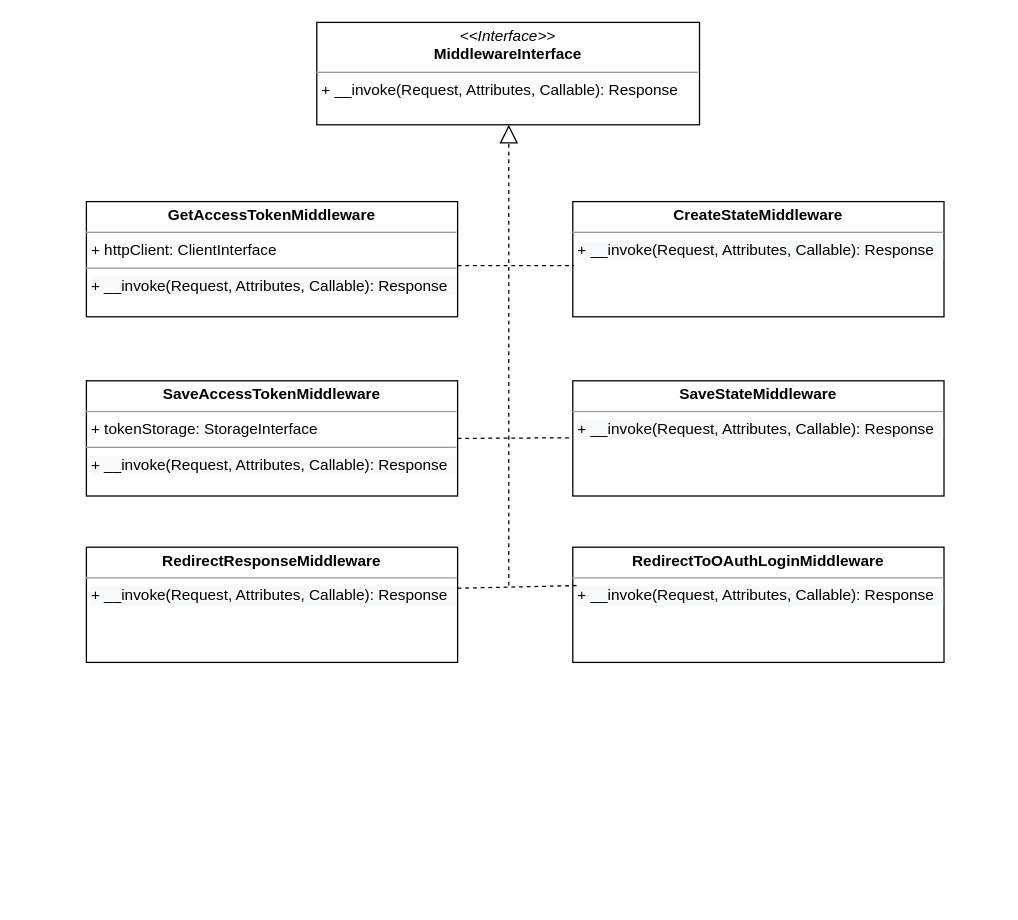
andrzej-pakula/oauth-api-connector-bundle keeps this draw.io diagram as page "Page-1" (1 of 3) of oauth.drawio. Above is the earlier version. Source tidied: cells renumbered, new cells numbered last; positions are measured from the earlier drawing's top-left corner, leaving out a move shared by most shapes. Both pictures are drawn from the tidied source at 128%, with x=0, y=0 at pixel (86, 22).
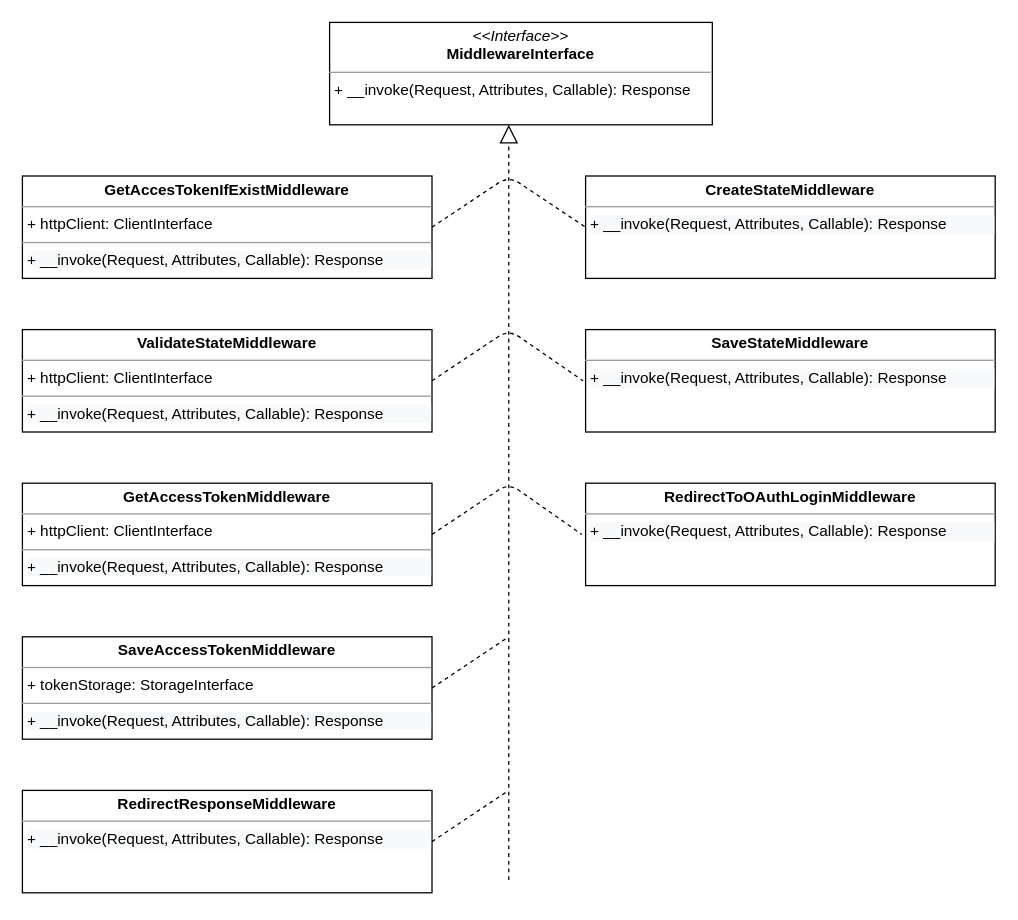
The same diagram, later.

What changed in the source:
```diff
@@
     <mxCell id="2" value="&lt;p style=&quot;margin: 0px ; margin-top: 4px ; text-align: center&quot;&gt;&lt;i&gt;&amp;lt;&amp;lt;Interface&amp;gt;&amp;gt;&lt;/i&gt;&lt;br&gt;&lt;b&gt;MiddlewareInterface&lt;/b&gt;&lt;/p&gt;&lt;hr size=&quot;1&quot;&gt;&lt;p style=&quot;margin: 0px ; margin-left: 4px&quot;&gt;&lt;span&gt;+ __invoke(Request, Attributes, Callable): Response&lt;/span&gt;&lt;/p&gt;&amp;nbsp;&amp;nbsp;&lt;p style=&quot;margin: 0px ; margin-left: 4px&quot;&gt;&lt;br&gt;&lt;/p&gt;" style="verticalAlign=top;align=left;overflow=fill;fontSize=12;fontFamily=Helvetica;html=1;" parent="1" vertex="1">
-      <mxGeometry x="180" width="299" height="80" as="geometry" />
+      <mxGeometry x="190" width="299" height="80" as="geometry" />
     </mxCell>
     <mxCell id="3" value="&lt;p style=&quot;margin: 0px ; margin-top: 4px ; text-align: center&quot;&gt;&lt;b&gt;GetAccessTokenMiddleware&lt;/b&gt;&lt;/p&gt;&lt;hr size=&quot;1&quot;&gt;&lt;p style=&quot;margin: 0px ; margin-left: 4px&quot;&gt;+ httpClient: ClientInterface&lt;/p&gt;&lt;hr size=&quot;1&quot;&gt;&lt;p style=&quot;margin: 0px ; margin-left: 4px&quot;&gt;&lt;span style=&quot;color: rgb(0 , 0 , 0) ; font-family: &amp;#34;helvetica&amp;#34; ; font-size: 12px ; font-style: normal ; font-weight: 400 ; letter-spacing: normal ; text-align: left ; text-indent: 0px ; text-transform: none ; word-spacing: 0px ; background-color: rgb(248 , 249 , 250) ; float: none ; display: inline&quot;&gt;&lt;/span&gt;&lt;/p&gt;&lt;p style=&quot;color: rgb(0 , 0 , 0) ; font-family: &amp;#34;helvetica&amp;#34; ; font-size: 12px ; font-style: normal ; font-weight: 400 ; letter-spacing: normal ; text-align: left ; text-indent: 0px ; text-transform: none ; word-spacing: 0px ; background-color: rgb(248 , 249 , 250) ; margin: 0px 0px 0px 4px&quot;&gt;&lt;span&gt;+ __invoke(Request, Attributes, Callable): Response&lt;/span&gt;&lt;/p&gt;" style="verticalAlign=top;align=left;overflow=fill;fontSize=12;fontFamily=Helvetica;html=1;" parent="1" vertex="1">
-      <mxGeometry y="140" width="290" height="90" as="geometry" />
+      <mxGeometry x="-50" y="360" width="320" height="80" as="geometry" />
     </mxCell>
     <mxCell id="4" value="&lt;p style=&quot;margin: 0px ; margin-top: 4px ; text-align: center&quot;&gt;&lt;b&gt;SaveAccessTokenMiddleware&lt;/b&gt;&lt;/p&gt;&lt;hr size=&quot;1&quot;&gt;&lt;p style=&quot;margin: 0px ; margin-left: 4px&quot;&gt;+ tokenStorage: StorageInterface&lt;/p&gt;&lt;hr size=&quot;1&quot;&gt;&lt;p style=&quot;margin: 0px ; margin-left: 4px&quot;&gt;&lt;span style=&quot;color: rgb(0 , 0 , 0) ; font-family: &amp;#34;helvetica&amp;#34; ; font-size: 12px ; font-style: normal ; font-weight: 400 ; letter-spacing: normal ; text-align: left ; text-indent: 0px ; text-transform: none ; word-spacing: 0px ; background-color: rgb(248 , 249 , 250) ; float: none ; display: inline&quot;&gt;&lt;/span&gt;&lt;/p&gt;&lt;p style=&quot;color: rgb(0 , 0 , 0) ; font-family: &amp;#34;helvetica&amp;#34; ; font-size: 12px ; font-style: normal ; font-weight: 400 ; letter-spacing: normal ; text-align: left ; text-indent: 0px ; text-transform: none ; word-spacing: 0px ; background-color: rgb(248 , 249 , 250) ; margin: 0px 0px 0px 4px&quot;&gt;&lt;span&gt;+ __invoke(Request, Attributes, Callable): Response&lt;/span&gt;&lt;/p&gt;" style="verticalAlign=top;align=left;overflow=fill;fontSize=12;fontFamily=Helvetica;html=1;" parent="1" vertex="1">
-      <mxGeometry y="280" width="290" height="90" as="geometry" />
+      <mxGeometry x="-50" y="480" width="320" height="80" as="geometry" />
     </mxCell>
     <mxCell id="5" value="&lt;p style=&quot;margin: 0px ; margin-top: 4px ; text-align: center&quot;&gt;&lt;b&gt;RedirectResponseMiddleware&lt;/b&gt;&lt;/p&gt;&lt;hr size=&quot;1&quot;&gt;&lt;p style=&quot;margin: 0px ; margin-left: 4px&quot;&gt;&lt;/p&gt;&lt;p style=&quot;margin: 0px ; margin-left: 4px&quot;&gt;&lt;span style=&quot;color: rgb(0 , 0 , 0) ; font-family: &amp;#34;helvetica&amp;#34; ; font-size: 12px ; font-style: normal ; font-weight: 400 ; letter-spacing: normal ; text-align: left ; text-indent: 0px ; text-transform: none ; word-spacing: 0px ; background-color: rgb(248 , 249 , 250) ; float: none ; display: inline&quot;&gt;&lt;/span&gt;&lt;/p&gt;&lt;p style=&quot;color: rgb(0 , 0 , 0) ; font-family: &amp;#34;helvetica&amp;#34; ; font-size: 12px ; font-style: normal ; font-weight: 400 ; letter-spacing: normal ; text-align: left ; text-indent: 0px ; text-transform: none ; word-spacing: 0px ; background-color: rgb(248 , 249 , 250) ; margin: 0px 0px 0px 4px&quot;&gt;&lt;span&gt;+ __invoke(Request, Attributes, Callable): Response&lt;/span&gt;&lt;/p&gt;" style="verticalAlign=top;align=left;overflow=fill;fontSize=12;fontFamily=Helvetica;html=1;" parent="1" vertex="1">
-      <mxGeometry y="410" width="290" height="90" as="geometry" />
+      <mxGeometry x="-50" y="600" width="320" height="80" as="geometry" />
     </mxCell>
     <mxCell id="6" value="&lt;p style=&quot;margin: 0px ; margin-top: 4px ; text-align: center&quot;&gt;&lt;b&gt;CreateStateMiddleware&lt;/b&gt;&lt;/p&gt;&lt;hr size=&quot;1&quot;&gt;&lt;p style=&quot;margin: 0px ; margin-left: 4px&quot;&gt;&lt;/p&gt;&lt;p style=&quot;margin: 0px ; margin-left: 4px&quot;&gt;&lt;span style=&quot;color: rgb(0 , 0 , 0) ; font-family: &amp;#34;helvetica&amp;#34; ; font-size: 12px ; font-style: normal ; font-weight: 400 ; letter-spacing: normal ; text-align: left ; text-indent: 0px ; text-transform: none ; word-spacing: 0px ; background-color: rgb(248 , 249 , 250) ; float: none ; display: inline&quot;&gt;&lt;/span&gt;&lt;/p&gt;&lt;p style=&quot;color: rgb(0 , 0 , 0) ; font-family: &amp;#34;helvetica&amp;#34; ; font-size: 12px ; font-style: normal ; font-weight: 400 ; letter-spacing: normal ; text-align: left ; text-indent: 0px ; text-transform: none ; word-spacing: 0px ; background-color: rgb(248 , 249 , 250) ; margin: 0px 0px 0px 4px&quot;&gt;&lt;span&gt;+ __invoke(Request, Attributes, Callable): Response&lt;/span&gt;&lt;/p&gt;" style="verticalAlign=top;align=left;overflow=fill;fontSize=12;fontFamily=Helvetica;html=1;" parent="1" vertex="1">
-      <mxGeometry x="380" y="140" width="290" height="90" as="geometry" />
+      <mxGeometry x="390" y="120" width="320" height="80" as="geometry" />
     </mxCell>
     <mxCell id="7" value="&lt;p style=&quot;margin: 0px ; margin-top: 4px ; text-align: center&quot;&gt;&lt;b&gt;SaveStateMiddleware&lt;/b&gt;&lt;/p&gt;&lt;hr size=&quot;1&quot;&gt;&lt;p style=&quot;margin: 0px ; margin-left: 4px&quot;&gt;&lt;/p&gt;&lt;p style=&quot;margin: 0px ; margin-left: 4px&quot;&gt;&lt;span style=&quot;color: rgb(0 , 0 , 0) ; font-family: &amp;#34;helvetica&amp;#34; ; font-size: 12px ; font-style: normal ; font-weight: 400 ; letter-spacing: normal ; text-align: left ; text-indent: 0px ; text-transform: none ; word-spacing: 0px ; background-color: rgb(248 , 249 , 250) ; float: none ; display: inline&quot;&gt;&lt;/span&gt;&lt;/p&gt;&lt;p style=&quot;color: rgb(0 , 0 , 0) ; font-family: &amp;#34;helvetica&amp;#34; ; font-size: 12px ; font-style: normal ; font-weight: 400 ; letter-spacing: normal ; text-align: left ; text-indent: 0px ; text-transform: none ; word-spacing: 0px ; background-color: rgb(248 , 249 , 250) ; margin: 0px 0px 0px 4px&quot;&gt;&lt;span&gt;+ __invoke(Request, Attributes, Callable): Response&lt;/span&gt;&lt;/p&gt;" style="verticalAlign=top;align=left;overflow=fill;fontSize=12;fontFamily=Helvetica;html=1;" parent="1" vertex="1">
-      <mxGeometry x="380" y="280" width="290" height="90" as="geometry" />
+      <mxGeometry x="390" y="240" width="320" height="80" as="geometry" />
     </mxCell>
     <mxCell id="8" value="&lt;p style=&quot;margin: 0px ; margin-top: 4px ; text-align: center&quot;&gt;&lt;b&gt;RedirectToOAuthLoginMiddleware&lt;/b&gt;&lt;/p&gt;&lt;hr size=&quot;1&quot;&gt;&lt;p style=&quot;margin: 0px ; margin-left: 4px&quot;&gt;&lt;/p&gt;&lt;p style=&quot;margin: 0px ; margin-left: 4px&quot;&gt;&lt;span style=&quot;color: rgb(0 , 0 , 0) ; font-family: &amp;#34;helvetica&amp;#34; ; font-size: 12px ; font-style: normal ; font-weight: 400 ; letter-spacing: normal ; text-align: left ; text-indent: 0px ; text-transform: none ; word-spacing: 0px ; background-color: rgb(248 , 249 , 250) ; float: none ; display: inline&quot;&gt;&lt;/span&gt;&lt;/p&gt;&lt;p style=&quot;color: rgb(0 , 0 , 0) ; font-family: &amp;#34;helvetica&amp;#34; ; font-size: 12px ; font-style: normal ; font-weight: 400 ; letter-spacing: normal ; text-align: left ; text-indent: 0px ; text-transform: none ; word-spacing: 0px ; background-color: rgb(248 , 249 , 250) ; margin: 0px 0px 0px 4px&quot;&gt;&lt;span&gt;+ __invoke(Request, Attributes, Callable): Response&lt;/span&gt;&lt;/p&gt;" style="verticalAlign=top;align=left;overflow=fill;fontSize=12;fontFamily=Helvetica;html=1;" parent="1" vertex="1">
-      <mxGeometry x="380" y="410" width="290" height="90" as="geometry" />
+      <mxGeometry x="390" y="360" width="320" height="80" as="geometry" />
     </mxCell>
     <mxCell id="9" style="endArrow=block;dashed=1;endFill=0;endSize=12;html=1;" parent="1" edge="1">
       <mxGeometry relative="1" as="geometry">
-        <mxPoint x="330" y="440" as="sourcePoint" />
+        <mxPoint x="330" y="670" as="sourcePoint" />
         <mxPoint x="330" y="80" as="targetPoint" />
       </mxGeometry>
     </mxCell>
-    <mxCell id="10" style="endArrow=none;dashed=1;html=1;entryX=0.014;entryY=0.333;entryDx=0;entryDy=0;entryPerimeter=0;exitX=1;exitY=0.356;exitDx=0;exitDy=0;exitPerimeter=0;" parent="1" edge="1" source="5" target="8">
-      <mxGeometry relative="1" as="geometry" />
+    <mxCell id="10" style="endArrow=none;dashed=1;html=1;exitX=1;exitY=0.5;exitDx=0;exitDy=0;" parent="1" edge="1" source="3">
+      <mxGeometry relative="1" as="geometry">
+        <mxPoint x="387" y="400" as="targetPoint" />
+        <Array as="points">
+          <mxPoint x="330" y="360" />
+        </Array>
+      </mxGeometry>
     </mxCell>
-    <mxCell id="11" style="endArrow=none;dashed=1;html=1;entryX=-0.024;entryY=0.356;entryDx=0;entryDy=0;entryPerimeter=0;exitX=1;exitY=0.5;exitDx=0;exitDy=0;" parent="1" edge="1" source="4">
+    <mxCell id="11" style="endArrow=none;dashed=1;html=1;exitX=1;exitY=0.5;exitDx=0;exitDy=0;" parent="1" edge="1" source="13">
       <mxGeometry relative="1" as="geometry">
-        <mxPoint x="380" y="324.5" as="targetPoint" />
+        <mxPoint x="388" y="280" as="targetPoint" />
+        <Array as="points">
+          <mxPoint x="330" y="240" />
+        </Array>
       </mxGeometry>
     </mxCell>
-    <mxCell id="12" style="endArrow=none;dashed=1;html=1;entryX=-0.024;entryY=0.356;entryDx=0;entryDy=0;entryPerimeter=0;" parent="1" edge="1">
-      <mxGeometry relative="1" as="geometry">
-        <mxPoint x="290" y="190" as="sourcePoint" />
-        <mxPoint x="381" y="190" as="targetPoint" />
-      </mxGeometry>
-    </mxCell>
+    <mxCell id="13" value="&lt;p style=&quot;margin: 0px ; margin-top: 4px ; text-align: center&quot;&gt;&lt;b&gt;ValidateStateMiddleware&lt;/b&gt;&lt;/p&gt;&lt;hr size=&quot;1&quot;&gt;&lt;p style=&quot;margin: 0px ; margin-left: 4px&quot;&gt;+ httpClient: ClientInterface&lt;/p&gt;&lt;hr size=&quot;1&quot;&gt;&lt;p style=&quot;margin: 0px ; margin-left: 4px&quot;&gt;&lt;span style=&quot;color: rgb(0 , 0 , 0) ; font-family: &amp;#34;helvetica&amp;#34; ; font-size: 12px ; font-style: normal ; font-weight: 400 ; letter-spacing: normal ; text-align: left ; text-indent: 0px ; text-transform: none ; word-spacing: 0px ; background-color: rgb(248 , 249 , 250) ; float: none ; display: inline&quot;&gt;&lt;/span&gt;&lt;/p&gt;&lt;p style=&quot;color: rgb(0 , 0 , 0) ; font-family: &amp;#34;helvetica&amp;#34; ; font-size: 12px ; font-style: normal ; font-weight: 400 ; letter-spacing: normal ; text-align: left ; text-indent: 0px ; text-transform: none ; word-spacing: 0px ; background-color: rgb(248 , 249 , 250) ; margin: 0px 0px 0px 4px&quot;&gt;&lt;span&gt;+ __invoke(Request, Attributes, Callable): Response&lt;/span&gt;&lt;/p&gt;" style="verticalAlign=top;align=left;overflow=fill;fontSize=12;fontFamily=Helvetica;html=1;" parent="1" vertex="1">
+      <mxGeometry x="-50" y="240" width="320" height="80" as="geometry" />
+    </mxCell>
+    <mxCell id="14" style="endArrow=none;dashed=1;html=1;exitX=1;exitY=0.5;exitDx=0;exitDy=0;entryX=0;entryY=0.5;entryDx=0;entryDy=0;" parent="1" edge="1" source="15" target="6">
+      <mxGeometry relative="1" as="geometry">
+        <Array as="points">
+          <mxPoint x="330" y="120" />
+        </Array>
+      </mxGeometry>
+    </mxCell>
+    <mxCell id="15" value="&lt;p style=&quot;margin: 0px ; margin-top: 4px ; text-align: center&quot;&gt;&lt;b&gt;GetAccesTokenIfExistMiddleware&lt;/b&gt;&lt;/p&gt;&lt;hr size=&quot;1&quot;&gt;&lt;p style=&quot;margin: 0px ; margin-left: 4px&quot;&gt;+ httpClient: ClientInterface&lt;/p&gt;&lt;hr size=&quot;1&quot;&gt;&lt;p style=&quot;margin: 0px ; margin-left: 4px&quot;&gt;&lt;span style=&quot;color: rgb(0 , 0 , 0) ; font-family: &amp;#34;helvetica&amp;#34; ; font-size: 12px ; font-style: normal ; font-weight: 400 ; letter-spacing: normal ; text-align: left ; text-indent: 0px ; text-transform: none ; word-spacing: 0px ; background-color: rgb(248 , 249 , 250) ; float: none ; display: inline&quot;&gt;&lt;/span&gt;&lt;/p&gt;&lt;p style=&quot;color: rgb(0 , 0 , 0) ; font-family: &amp;#34;helvetica&amp;#34; ; font-size: 12px ; font-style: normal ; font-weight: 400 ; letter-spacing: normal ; text-align: left ; text-indent: 0px ; text-transform: none ; word-spacing: 0px ; background-color: rgb(248 , 249 , 250) ; margin: 0px 0px 0px 4px&quot;&gt;&lt;span&gt;+ __invoke(Request, Attributes, Callable): Response&lt;/span&gt;&lt;/p&gt;" style="verticalAlign=top;align=left;overflow=fill;fontSize=12;fontFamily=Helvetica;html=1;" parent="1" vertex="1">
+      <mxGeometry x="-50" y="120" width="320" height="80" as="geometry" />
+    </mxCell>
+    <mxCell id="16" style="endArrow=none;dashed=1;html=1;exitX=1;exitY=0.5;exitDx=0;exitDy=0;" parent="1" edge="1">
+      <mxGeometry relative="1" as="geometry">
+        <mxPoint x="270" y="520" as="sourcePoint" />
+        <mxPoint x="330" y="480" as="targetPoint" />
+        <Array as="points">
+          <mxPoint x="330" y="480" />
+        </Array>
+      </mxGeometry>
+    </mxCell>
+    <mxCell id="17" style="endArrow=none;dashed=1;html=1;exitX=1;exitY=0.5;exitDx=0;exitDy=0;" parent="1" edge="1">
+      <mxGeometry relative="1" as="geometry">
+        <mxPoint x="270" y="640" as="sourcePoint" />
+        <mxPoint x="330" y="600" as="targetPoint" />
+        <Array as="points">
+          <mxPoint x="330" y="600" />
+        </Array>
+      </mxGeometry>
+    </mxCell>
```
